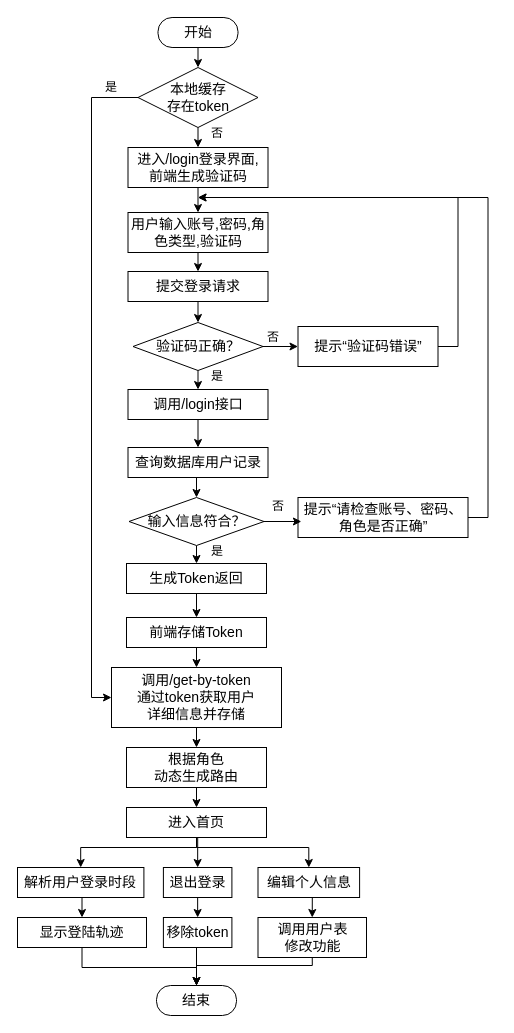
Earlier version of the draw.io diagram 账号管理流程图.drawio (mochaDMQ/myPicture). Source tidied: cells renumbered, new cells numbered last; positions are measured from the earlier drawing's top-left corner, leaving out a move shared by most shapes. Both pictures are drawn from the tidied source at 100%, with x=0, y=0 at pixel (17, 17).
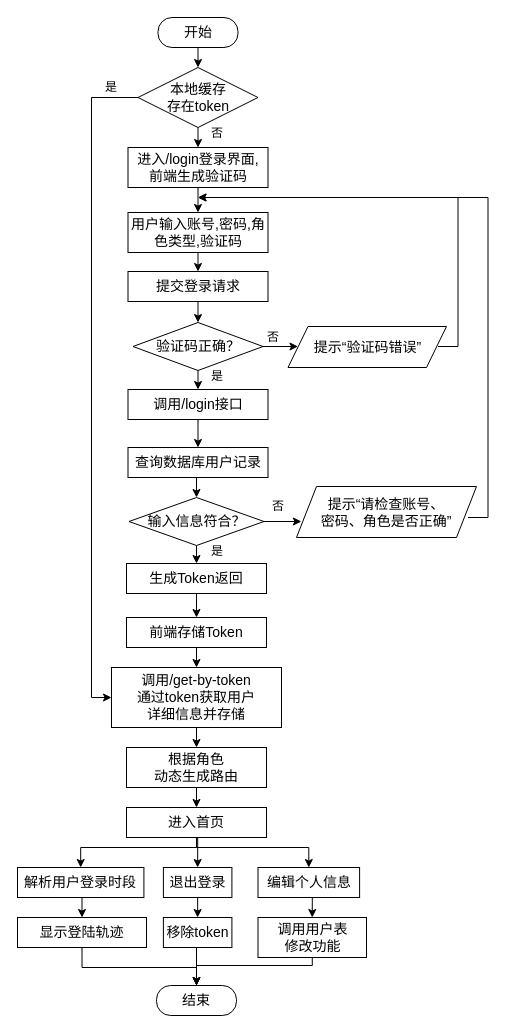
The same page after the edit.

Commit message (it also covers changes not shown here):
更新账号管理流程图.drawio

Unchanged cells that the change refers to:
```xml
<mxCell id="17" value="验证码正确？" style="rhombus;whiteSpace=wrap;html=1;fontFamily=宋体;fontSize=14;" parent="1" vertex="1">
  <mxGeometry x="115.5" y="305" width="130" height="48" as="geometry" />
</mxCell>
<mxCell id="25" value="输入信息符合？" style="rhombus;whiteSpace=wrap;html=1;fontFamily=宋体;fontSize=14;" parent="1" vertex="1">
  <mxGeometry x="111.5" y="480" width="135" height="48" as="geometry" />
</mxCell>
```

Diff of the diagram source:
```diff
@@
-    <mxCell id="15" style="edgeStyle=orthogonalEdgeStyle;rounded=0;jettySize=auto;html=1;exitX=1;exitY=0.5;exitDx=0;exitDy=0;entryX=0;entryY=0.5;entryDx=0;entryDy=0;" parent="1" edge="1" source="17" target="19">
-      <mxGeometry relative="1" as="geometry" />
+    <mxCell id="15" style="edgeStyle=orthogonalEdgeStyle;rounded=0;jettySize=auto;html=1;exitX=1;exitY=0.5;exitDx=0;exitDy=0;entryX=0;entryY=0.5;entryDx=0;entryDy=0;" parent="1" edge="1" source="17">
+      <mxGeometry relative="1" as="geometry">
+        <mxPoint x="280.5" y="329" as="targetPoint" />
+      </mxGeometry>
     </mxCell>
@@
-    <mxCell id="18" style="edgeStyle=orthogonalEdgeStyle;rounded=0;jettySize=auto;html=1;exitX=1;exitY=0.5;exitDx=0;exitDy=0;" parent="1" edge="1" source="19">
+    <mxCell id="18" style="edgeStyle=orthogonalEdgeStyle;rounded=0;orthogonalLoop=1;jettySize=auto;html=1;exitX=1;exitY=0.5;exitDx=0;exitDy=0;" parent="1" edge="1">
       <mxGeometry relative="1" as="geometry">
+        <mxPoint x="420.5" y="329" as="sourcePoint" />
         <mxPoint x="180.5" y="180" as="targetPoint" />
         <Array as="points">
           <mxPoint x="440.5" y="329" />
           <mxPoint x="440.5" y="180" />
         </Array>
       </mxGeometry>
     </mxCell>
-    <mxCell id="19" value="提示“验证码错误”" style="rounded=0;whiteSpace=wrap;html=1;fontFamily=宋体;fontSize=14;" parent="1" vertex="1">
-      <mxGeometry x="280.5" y="309" width="140" height="40" as="geometry" />
-    </mxCell>
@@
-    <mxCell id="26" style="edgeStyle=orthogonalEdgeStyle;rounded=0;jettySize=auto;html=1;exitX=1;exitY=0.5;exitDx=0;exitDy=0;" parent="1" edge="1" source="27">
+    <mxCell id="26" style="edgeStyle=orthogonalEdgeStyle;rounded=0;orthogonalLoop=1;jettySize=auto;html=1;exitX=1;exitY=0.5;exitDx=0;exitDy=0;" parent="1" edge="1">
       <mxGeometry relative="1" as="geometry">
+        <mxPoint x="450.5" y="500" as="sourcePoint" />
         <mxPoint x="180.5" y="180" as="targetPoint" />
         <Array as="points">
           <mxPoint x="470.5" y="500" />
           <mxPoint x="470.5" y="180" />
         </Array>
       </mxGeometry>
     </mxCell>
-    <mxCell id="27" value="提示“请检查账号、密码、角色是否正确”" style="rounded=0;whiteSpace=wrap;html=1;fontFamily=宋体;fontSize=14;" parent="1" vertex="1">
-      <mxGeometry x="280.5" y="480" width="170" height="40" as="geometry" />
-    </mxCell>
@@
-    <mxCell id="29" style="edgeStyle=orthogonalEdgeStyle;rounded=0;jettySize=auto;html=1;exitX=1;exitY=0.5;exitDx=0;exitDy=0;entryX=0.02;entryY=0.588;entryDx=0;entryDy=0;entryPerimeter=0;" parent="1" edge="1" source="25" target="27">
-      <mxGeometry relative="1" as="geometry" />
+    <mxCell id="29" style="edgeStyle=orthogonalEdgeStyle;rounded=0;jettySize=auto;html=1;exitX=1;exitY=0.5;exitDx=0;exitDy=0;entryX=0.02;entryY=0.588;entryDx=0;entryDy=0;entryPerimeter=0;" parent="1" edge="1" source="25">
+      <mxGeometry relative="1" as="geometry">
+        <mxPoint x="283.9" y="503.5" as="targetPoint" />
+      </mxGeometry>
     </mxCell>
@@
+    <mxCell id="19" value="&lt;span style=&quot;font-family: 宋体; font-size: 14px;&quot;&gt;提示“验证码错误”&lt;/span&gt;" style="shape=parallelogram;perimeter=parallelogramPerimeter;whiteSpace=wrap;html=1;fixedSize=1;" parent="1" vertex="1">
+      <mxGeometry x="270.5" y="309" width="158.5" height="41" as="geometry" />
+    </mxCell>
+    <mxCell id="58" value="&lt;span style=&quot;font-family: 宋体; font-size: 14px;&quot;&gt;提示“请检查账号、&lt;/span&gt;&lt;div&gt;&lt;span style=&quot;font-family: 宋体; font-size: 14px;&quot;&gt;密码、角色是否正确”&lt;/span&gt;&lt;/div&gt;" style="shape=parallelogram;perimeter=parallelogramPerimeter;whiteSpace=wrap;html=1;fixedSize=1;" parent="1" vertex="1">
+      <mxGeometry x="279" y="469" width="180" height="51" as="geometry" />
+    </mxCell>
```
